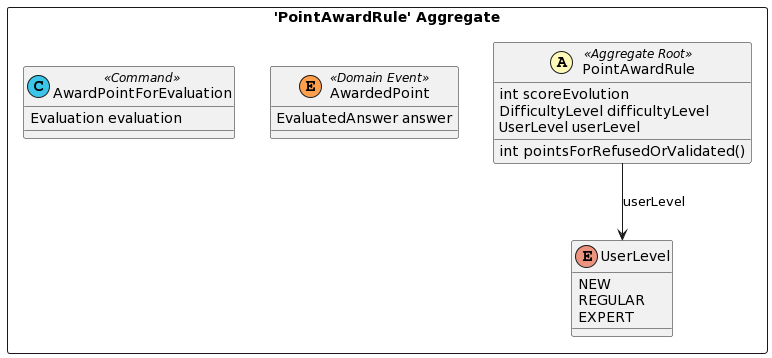
Above: doc/dist/src-gen/gamedev_BC_EvaluationContext_PointAwardRule.png in esgi-lyon/question-ddd (PlantUML), before the change. Source of this version:
```plantuml
@startuml
skinparam componentStyle uml2

package "'PointAwardRule' Aggregate" <<Rectangle>> {
	class PointAwardRule <<(A,#fffab8) Aggregate Root>> {
		int scoreEvolution
		DifficultyLevel difficultyLevel
		UserLevel userLevel
		int pointsForRefusedOrValidated()
	}
	enum UserLevel {
		NEW
		REGULAR
		EXPERT
	}
	class AwardedPoint <<(E,#ff9f4b) Domain Event>> {
		EvaluatedAnswer answer
	}
	class AwardPointForEvaluation <<(C,#3bc5e9) Command>> {
		Evaluation evaluation
	}
}
PointAwardRule --> UserLevel : userLevel
@enduml
```
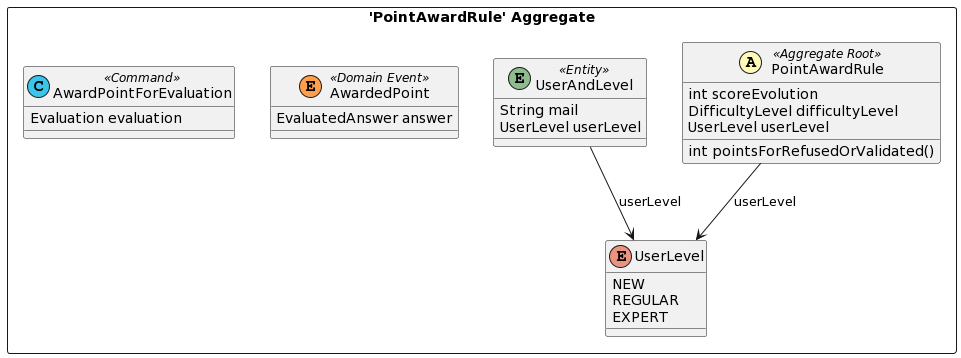
After the commit.

Change to the diagram source:
```diff
@@ -7,6 +7,10 @@
 		DifficultyLevel difficultyLevel
 		UserLevel userLevel
 		int pointsForRefusedOrValidated()
+	}
+	class UserAndLevel <<(E,DarkSeaGreen) Entity>> {
+		String mail
+		UserLevel userLevel
 	}
 	enum UserLevel {
 		NEW
@@ -21,4 +25,5 @@
 	}
 }
 PointAwardRule --> UserLevel : userLevel
+UserAndLevel --> UserLevel : userLevel
 @enduml
```
